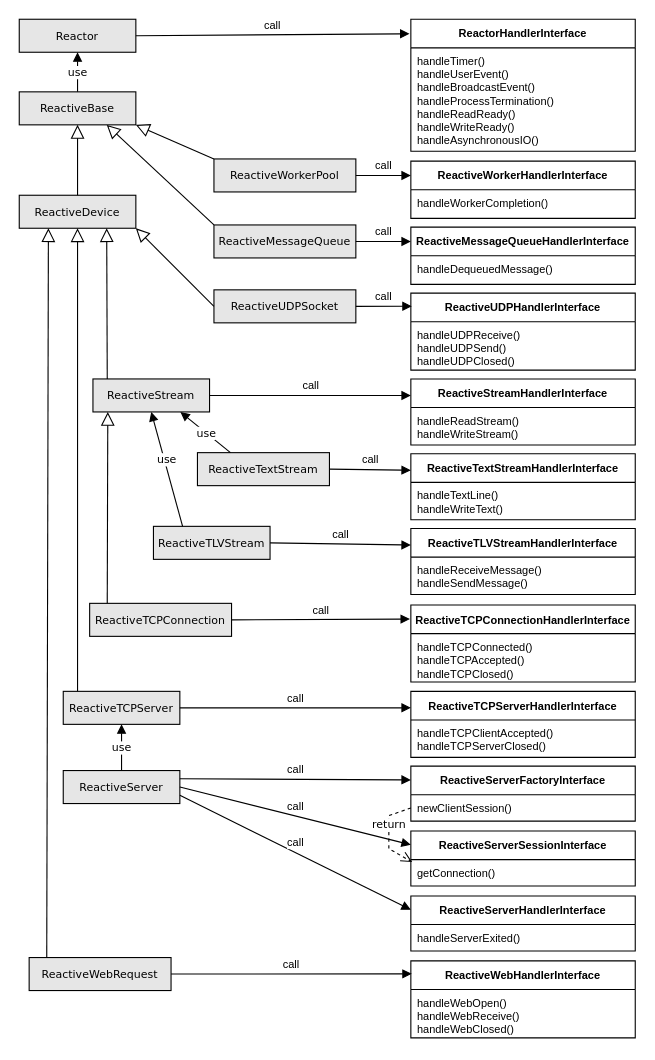
Above: diagrams/reactive-interfaces.drawio in tsduck/tsduck-presentations (draw.io), before the change. Source tidied: cells renumbered, new cells numbered last; positions are measured from the earlier drawing's top-left corner, leaving out a move shared by most shapes. Both pictures are drawn from the tidied source at 110%, with x=0, y=0 at pixel (19, 19).
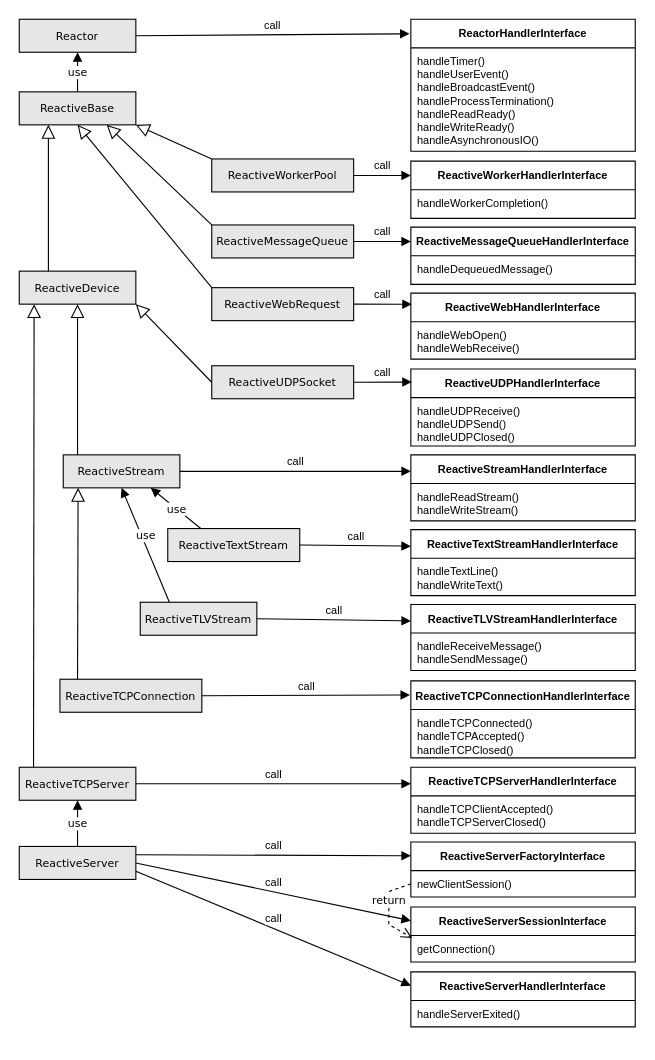
The same page after the edit.

Commit message (it also covers changes not shown here):
Updated reactor diagrams

Unchanged cells that the change refers to:
```xml
<mxCell id="2" value="ReactiveBase" style="html=1;whiteSpace=wrap;points=[[0,0,0,0,0],[0,0.25,0,0,0],[0,0.5,0,0,0],[0,0.75,0,0,0],[0,1,0,0,0],[0.127273,1,0,0,0],[0.25,0,0,0,0],[0.25,1,0,0,0],[0.381818,1,0,0,0],[0.5,0,0,0,0],[0.5,1,0,0,0],[0.627273,1,0,0,0],[0.75,0,0,0,0],[0.75,1,0,0,0],[0.881818,1,0,0,0],[1,0,0,0,0],[1,0.25,0,0,0],[1,0.5,0,0,0],[1,0.75,0,0,0],[1,1,0,0,0]];fillColor=#E6E6E6;fontSize=10;fontFamily=Verdana;" parent="1" vertex="1">
  <mxGeometry y="66" width="106" height="30" as="geometry" />
</mxCell>
<mxCell id="53" value="newClientSession()" style="text;strokeColor=none;fillColor=none;align=left;verticalAlign=top;spacingLeft=4;spacingRight=4;overflow=hidden;points=[[0,0.5],[1,0.5]];portConstraint=eastwest;whiteSpace=wrap;html=1;fontSize=10;" parent="52" vertex="1">
  <mxGeometry y="26" width="204" height="24" as="geometry" />
</mxCell>
<mxCell id="55" value="getConnection()" style="text;strokeColor=none;fillColor=none;align=left;verticalAlign=top;spacingLeft=4;spacingRight=4;overflow=hidden;points=[[0,0.5],[1,0.5]];portConstraint=eastwest;whiteSpace=wrap;html=1;fontSize=10;" parent="54" vertex="1">
  <mxGeometry y="26" width="204" height="24" as="geometry" />
</mxCell>
```

Change to the diagram source:
```diff
@@
     <mxCell id="4" value="ReactiveMessageQueue" style="html=1;whiteSpace=wrap;fillColor=#E6E6E6;fontSize=10;fontFamily=Verdana;points=[[0,0,0,0,0],[0,0.25,0,0,0],[0,0.5,0,0,0],[0,0.75,0,0,0],[0,1,0,0,0],[0.126582,0,0,0,0],[0.25,0,0,0,0],[0.25,1,0,0,0],[0.379747,0,0,0,0],[0.5,0,0,0,0],[0.5,1,0,0,0],[0.626582,0,0,0,0],[0.75,0,0,0,0],[0.75,1,0,0,0],[0.879747,0,0,0,0],[1,0,0,0,0],[1,0.25,0,0,0],[1,0.5,0,0,0],[1,0.75,0,0,0],[1,1,0,0,0]];" parent="1" vertex="1">
-      <mxGeometry x="177" y="187" width="129" height="30" as="geometry" />
+      <mxGeometry x="175" y="187" width="129" height="30" as="geometry" />
     </mxCell>
     <mxCell id="5" value="ReactiveWorkerPool" style="html=1;whiteSpace=wrap;points=[[0,0,0,0,0],[0,0.25,0,0,0],[0,0.5,0,0,0],[0,0.75,0,0,0],[0,1,0,0,0],[0.126582,0,0,0,0],[0.127273,1,0,0,0],[0.25,0,0,0,0],[0.25,1,0,0,0],[0.381818,1,0,0,0],[0.5,0,0,0,0],[0.5,1,0,0,0],[0.627273,1,0,0,0],[0.75,0,0,0,0],[0.75,1,0,0,0],[0.881818,1,0,0,0],[1,0,0,0,0],[1,0.25,0,0,0],[1,0.5,0,0,0],[1,0.75,0,0,0],[1,1,0,0,0]];fillColor=#E6E6E6;fontSize=10;fontFamily=Verdana;" parent="1" vertex="1">
-      <mxGeometry x="177" y="127" width="129" height="30" as="geometry" />
+      <mxGeometry x="175" y="127" width="129" height="30" as="geometry" />
     </mxCell>
     <mxCell id="6" value="ReactiveDevice" style="html=1;whiteSpace=wrap;points=[[0,0,0,0,0],[0,0.25,0,0,0],[0,0.5,0,0,0],[0,0.75,0,0,0],[0,1,0,0,0],[0.127273,1,0,0,0],[0.25,0,0,0,0],[0.25,1,0,0,0],[0.381818,1,0,0,0],[0.383333,0,0,0,0],[0.5,0,0,0,0],[0.5,1,0,0,0],[0.627273,1,0,0,0],[0.75,0,0,0,0],[0.75,1,0,0,0],[0.881818,1,0,0,0],[1,0,0,0,0],[1,0.25,0,0,0],[1,0.5,0,0,0],[1,0.75,0,0,0],[1,1,0,0,0]];fillColor=#E6E6E6;fontSize=10;fontFamily=Verdana;" parent="1" vertex="1">
-      <mxGeometry y="160" width="106" height="30" as="geometry" />
+      <mxGeometry y="229" width="106" height="30" as="geometry" />
     </mxCell>
@@
-    <mxCell id="9" style="endArrow=block;endSize=10;endFill=0;html=1;rounded=0;exitX=0.5;exitY=0;exitDx=0;exitDy=0;exitPerimeter=0;fontSize=10;fontFamily=Verdana;entryX=0.5;entryY=1;entryDx=0;entryDy=0;entryPerimeter=0;" parent="1" edge="1" source="6" target="2">
+    <mxCell id="9" style="endArrow=block;endSize=10;endFill=0;html=1;rounded=0;exitX=0.25;exitY=0;exitDx=0;exitDy=0;exitPerimeter=0;fontSize=10;fontFamily=Verdana;entryX=0.25;entryY=1;entryDx=0;entryDy=0;entryPerimeter=0;" parent="1" edge="1" source="6" target="2">
       <mxGeometry relative="1" as="geometry" />
     </mxCell>
@@
     <mxCell id="11" value="ReactiveUDPSocket" style="html=1;whiteSpace=wrap;points=[[0,0,0,0,0],[0,0.25,0,0,0],[0,0.5,0,0,0],[0,0.75,0,0,0],[0,1,0,0,0],[0.127273,1,0,0,0],[0.25,0,0,0,0],[0.25,1,0,0,0],[0.381818,1,0,0,0],[0.5,0,0,0,0],[0.5,1,0,0,0],[0.627273,1,0,0,0],[0.75,0,0,0,0],[0.75,1,0,0,0],[0.881818,1,0,0,0],[1,0,0,0,0],[1,0.25,0,0,0],[1,0.5,0,0,0],[1,0.75,0,0,0],[1,1,0,0,0]];fillColor=#E6E6E6;fontSize=10;fontFamily=Verdana;" parent="1" vertex="1">
-      <mxGeometry x="177" y="246" width="129" height="30" as="geometry" />
+      <mxGeometry x="175" y="315" width="129" height="30" as="geometry" />
     </mxCell>
-    <mxCell id="12" style="endArrow=block;endSize=10;endFill=0;html=1;rounded=0;exitX=0.122642;exitY=0;exitDx=0;exitDy=0;exitPerimeter=0;fontSize=10;fontFamily=Verdana;entryX=0.5;entryY=1;entryDx=0;entryDy=0;entryPerimeter=0;" parent="1" edge="1" source="15" target="6">
+    <mxCell id="12" style="endArrow=block;endSize=10;endFill=0;html=1;rounded=0;exitX=0.122642;exitY=0;exitDx=0;exitDy=0;exitPerimeter=0;fontSize=10;fontFamily=Verdana;entryX=0.127273;entryY=1;entryDx=0;entryDy=0;entryPerimeter=0;" parent="1" edge="1" source="15" target="6">
       <mxGeometry relative="1" as="geometry" />
     </mxCell>
     <mxCell id="13" value="ReactiveTCPConnection" style="html=1;whiteSpace=wrap;points=[[0,0,0,0,0],[0,0.25,0,0,0],[0,0.5,0,0,0],[0,0.75,0,0,0],[0,1,0,0,0],[0.124031,0,0,0,0],[0.127273,1,0,0,0],[0.25,0,0,0,0],[0.25,1,0,0,0],[0.381818,1,0,0,0],[0.5,0,0,0,0],[0.5,1,0,0,0],[0.627273,1,0,0,0],[0.75,0,0,0,0],[0.75,1,0,0,0],[0.881818,1,0,0,0],[1,0,0,0,0],[1,0.25,0,0,0],[1,0.5,0,0,0],[1,0.75,0,0,0],[1,1,0,0,0]];fillColor=#E6E6E6;fontSize=10;fontFamily=Verdana;" parent="1" vertex="1">
-      <mxGeometry x="64" y="531" width="129" height="30" as="geometry" />
+      <mxGeometry x="37" y="600" width="129" height="30" as="geometry" />
     </mxCell>
     <mxCell id="14" value="ReactiveTextStream" style="html=1;whiteSpace=wrap;points=[[0,0,0,0,0],[0,0.25,0,0,0],[0,0.5,0,0,0],[0,0.75,0,0,0],[0,1,0,0,0],[0.127273,1,0,0,0],[0.25,0,0,0,0],[0.25,1,0,0,0],[0.381818,1,0,0,0],[0.5,0,0,0,0],[0.5,1,0,0,0],[0.627273,1,0,0,0],[0.75,0,0,0,0],[0.75,1,0,0,0],[0.881481,0,0,0,0],[0.881818,1,0,0,0],[1,0,0,0,0],[1,0.25,0,0,0],[1,0.5,0,0,0],[1,0.75,0,0,0],[1,1,0,0,0]];fillColor=#E6E6E6;fontSize=10;fontFamily=Verdana;" parent="1" vertex="1">
-      <mxGeometry x="162" y="394" width="120" height="30" as="geometry" />
+      <mxGeometry x="135" y="463" width="120" height="30" as="geometry" />
     </mxCell>
     <mxCell id="15" value="ReactiveTCPServer" style="html=1;whiteSpace=wrap;points=[[0,0,0,0,0],[0,0.25,0,0,0],[0,0.5,0,0,0],[0,0.75,0,0,0],[0,1,0,0,0],[0.122642,0,0,0,0],[0.127273,1,0,0,0],[0.25,0,0,0,0],[0.25,1,0,0,0],[0.381818,1,0,0,0],[0.5,0,0,0,0],[0.5,1,0,0,0],[0.627273,1,0,0,0],[0.75,0,0,0,0],[0.75,1,0,0,0],[0.881818,1,0,0,0],[1,0,0,0,0],[1,0.25,0,0,0],[1,0.5,0,0,0],[1,0.75,0,0,0],[1,1,0,0,0]];fillColor=#E6E6E6;fontSize=10;fontFamily=Verdana;" parent="1" vertex="1">
-      <mxGeometry x="40" y="611" width="106" height="30" as="geometry" />
+      <mxGeometry y="680" width="106" height="30" as="geometry" />
     </mxCell>
@@
     <mxCell id="19" value="ReactiveTLVStream" style="html=1;whiteSpace=wrap;points=[[0,0,0,0,0],[0,0.25,0,0,0],[0,0.5,0,0,0],[0,0.75,0,0,0],[0,1,0,0,0],[0.127273,1,0,0,0],[0.25,0,0,0,0],[0.25,1,0,0,0],[0.381818,1,0,0,0],[0.5,0,0,0,0],[0.5,1,0,0,0],[0.627273,1,0,0,0],[0.75,0,0,0,0],[0.75,1,0,0,0],[0.881481,0,0,0,0],[0.881818,1,0,0,0],[1,0,0,0,0],[1,0.25,0,0,0],[1,0.5,0,0,0],[1,0.75,0,0,0],[1,1,0,0,0]];fillColor=#E6E6E6;fontSize=10;fontFamily=Verdana;" parent="1" vertex="1">
-      <mxGeometry x="122" y="461" width="106" height="30" as="geometry" />
+      <mxGeometry x="110" y="530" width="106" height="30" as="geometry" />
     </mxCell>
@@
     <mxCell id="21" value="ReactiveStream" style="html=1;whiteSpace=wrap;points=[[0,0,0,0,0],[0,0.25,0,0,0],[0,0.5,0,0,0],[0,0.75,0,0,0],[0,1,0,0,0],[0.122642,0,0,0,0],[0.127273,1,0,0,0],[0.25,0,0,0,0],[0.25,1,0,0,0],[0.381818,1,0,0,0],[0.5,0,0,0,0],[0.5,1,0,0,0],[0.627273,1,0,0,0],[0.75,0,0,0,0],[0.75,1,0,0,0],[0.881818,1,0,0,0],[1,0,0,0,0],[1,0.25,0,0,0],[1,0.5,0,0,0],[1,0.75,0,0,0],[1,1,0,0,0]];fillColor=#E6E6E6;fontSize=10;fontFamily=Verdana;" parent="1" vertex="1">
-      <mxGeometry x="67" y="327" width="106" height="30" as="geometry" />
+      <mxGeometry x="40" y="396" width="106" height="30" as="geometry" />
     </mxCell>
-    <mxCell id="22" style="endArrow=block;endSize=10;endFill=0;html=1;rounded=0;exitX=0.122642;exitY=0;exitDx=0;exitDy=0;exitPerimeter=0;fontSize=10;fontFamily=Verdana;entryX=0.75;entryY=1;entryDx=0;entryDy=0;entryPerimeter=0;" parent="1" edge="1" source="21" target="6">
+    <mxCell id="22" style="endArrow=block;endSize=10;endFill=0;html=1;rounded=0;exitX=0.122642;exitY=0;exitDx=0;exitDy=0;exitPerimeter=0;fontSize=10;fontFamily=Verdana;entryX=0.5;entryY=1;entryDx=0;entryDy=0;entryPerimeter=0;" parent="1" edge="1" source="21" target="6">
       <mxGeometry relative="1" as="geometry" />
     </mxCell>
@@
     <mxCell id="26" value="&lt;b&gt;ReactiveTCPConnectionHandlerInterface&lt;/b&gt;" style="swimlane;fontStyle=0;horizontal=1;startSize=26;fillColor=none;whiteSpace=wrap;html=1;fontSize=10;" parent="1" vertex="1">
-      <mxGeometry x="356" y="532.5" width="204" height="70" as="geometry" />
+      <mxGeometry x="356" y="601.5" width="204" height="70" as="geometry" />
     </mxCell>
@@
     <mxCell id="28" value="&lt;b&gt;ReactiveStreamHandlerInterface&lt;/b&gt;" style="swimlane;fontStyle=0;horizontal=1;startSize=26;fillColor=none;whiteSpace=wrap;html=1;fontSize=10;" parent="1" vertex="1">
-      <mxGeometry x="356" y="327" width="204" height="60" as="geometry" />
+      <mxGeometry x="356" y="396" width="204" height="60" as="geometry" />
     </mxCell>
@@
     <mxCell id="32" value="&lt;b&gt;ReactiveTCPServerHandlerInterface&lt;/b&gt;" style="swimlane;fontStyle=0;horizontal=1;startSize=26;fillColor=none;whiteSpace=wrap;html=1;fontSize=10;" parent="1" vertex="1">
-      <mxGeometry x="356" y="611" width="204" height="60" as="geometry" />
+      <mxGeometry x="356" y="680" width="204" height="60" as="geometry" />
     </mxCell>
@@
     <mxCell id="35" value="&lt;b&gt;ReactiveTextStreamHandlerInterface&lt;/b&gt;" style="swimlane;fontStyle=0;horizontal=1;startSize=26;fillColor=none;whiteSpace=wrap;html=1;fontSize=10;" parent="1" vertex="1">
-      <mxGeometry x="356" y="395" width="204" height="60" as="geometry" />
+      <mxGeometry x="356" y="464" width="204" height="60" as="geometry" />
     </mxCell>
@@
     <mxCell id="38" value="&lt;b&gt;ReactiveTLVStreamHandlerInterface&lt;/b&gt;" style="swimlane;fontStyle=0;horizontal=1;startSize=26;fillColor=none;whiteSpace=wrap;html=1;fontSize=10;" parent="1" vertex="1">
-      <mxGeometry x="356" y="463" width="204" height="60" as="geometry" />
+      <mxGeometry x="356" y="532" width="204" height="60" as="geometry" />
     </mxCell>
@@
     <mxCell id="41" value="&lt;b&gt;ReactiveUDPHandlerInterface&lt;/b&gt;" style="swimlane;fontStyle=0;horizontal=1;startSize=26;fillColor=none;whiteSpace=wrap;html=1;fontSize=10;" parent="1" vertex="1">
-      <mxGeometry x="356" y="249" width="204" height="70" as="geometry" />
+      <mxGeometry x="356" y="318" width="204" height="70" as="geometry" />
     </mxCell>
@@
     <mxCell id="50" value="ReactiveServer" style="html=1;whiteSpace=wrap;points=[[0,0,0,0,0],[0,0.25,0,0,0],[0,0.5,0,0,0],[0,0.75,0,0,0],[0,1,0,0,0],[0.122642,0,0,0,0],[0.127273,1,0,0,0],[0.25,0,0,0,0],[0.25,1,0,0,0],[0.381818,1,0,0,0],[0.5,0,0,0,0],[0.5,1,0,0,0],[0.627273,1,0,0,0],[0.75,0,0,0,0],[0.75,1,0,0,0],[0.881818,1,0,0,0],[1,0,0,0,0],[1,0.25,0,0,0],[1,0.5,0,0,0],[1,0.75,0,0,0],[1,1,0,0,0]];fillColor=#E6E6E6;fontSize=10;fontFamily=Verdana;" parent="1" vertex="1">
-      <mxGeometry x="40" y="683" width="106" height="30" as="geometry" />
+      <mxGeometry y="752" width="106" height="30" as="geometry" />
     </mxCell>
@@
     <mxCell id="52" value="&lt;b&gt;ReactiveServerFactoryInterface&lt;/b&gt;" style="swimlane;fontStyle=0;horizontal=1;startSize=26;fillColor=none;whiteSpace=wrap;html=1;fontSize=10;" parent="1" vertex="1">
-      <mxGeometry x="356" y="679" width="204" height="50" as="geometry" />
+      <mxGeometry x="356" y="748" width="204" height="50" as="geometry" />
     </mxCell>
@@
     <mxCell id="54" value="&lt;b&gt;ReactiveServerSessionInterface&lt;/b&gt;" style="swimlane;fontStyle=0;horizontal=1;startSize=26;fillColor=none;whiteSpace=wrap;html=1;fontSize=10;" parent="1" vertex="1">
-      <mxGeometry x="356" y="738" width="204" height="50" as="geometry" />
+      <mxGeometry x="356" y="807" width="204" height="50" as="geometry" />
     </mxCell>
@@
     <mxCell id="58" value="&lt;b&gt;ReactiveServerHandlerInterface&lt;/b&gt;" style="swimlane;fontStyle=0;horizontal=1;startSize=26;fillColor=none;whiteSpace=wrap;html=1;fontSize=10;" parent="1" vertex="1">
-      <mxGeometry x="356" y="797" width="204" height="50" as="geometry" />
+      <mxGeometry x="356" y="866" width="204" height="50" as="geometry" />
     </mxCell>
@@
     <mxCell id="61" value="return" style="html=1;verticalAlign=bottom;endArrow=open;dashed=1;endSize=8;curved=0;rounded=0;entryX=0.006;entryY=0.091;entryDx=0;entryDy=0;fontFamily=Verdana;fontSize=10;exitX=0;exitY=0.5;exitDx=0;exitDy=0;entryPerimeter=0;" parent="1" edge="1" source="53" target="55">
       <mxGeometry relative="1" as="geometry">
         <Array as="points">
-          <mxPoint x="336" y="724" />
-          <mxPoint x="336" y="754" />
+          <mxPoint x="336" y="793" />
+          <mxPoint x="336" y="823" />
         </Array>
       </mxGeometry>
     </mxCell>
     <mxCell id="62" value="&lt;b&gt;ReactiveWebHandlerInterface&lt;/b&gt;" style="swimlane;fontStyle=0;horizontal=1;startSize=26;fillColor=none;whiteSpace=wrap;html=1;fontSize=10;" parent="1" vertex="1">
-      <mxGeometry x="356" y="856" width="204" height="70" as="geometry" />
+      <mxGeometry x="356" y="249" width="204" height="60" as="geometry" />
     </mxCell>
-    <mxCell id="63" value="&lt;div&gt;handleWebOpen&lt;span style=&quot;background-color: transparent; color: light-dark(rgb(0, 0, 0), rgb(255, 255, 255));&quot;&gt;()&lt;/span&gt;&lt;/div&gt;handleWebReceive()&lt;div&gt;handleWebClosed&lt;span style=&quot;background-color: transparent; color: light-dark(rgb(0, 0, 0), rgb(255, 255, 255));&quot;&gt;()&lt;/span&gt;&lt;/div&gt;" style="text;strokeColor=none;fillColor=none;align=left;verticalAlign=top;spacingLeft=4;spacingRight=4;overflow=hidden;whiteSpace=wrap;html=1;fontSize=10;" parent="62" vertex="1">
-      <mxGeometry y="26" width="204" height="44" as="geometry" />
+    <mxCell id="63" value="&lt;div&gt;handleWebOpen&lt;span style=&quot;background-color: transparent; color: light-dark(rgb(0, 0, 0), rgb(255, 255, 255));&quot;&gt;()&lt;/span&gt;&lt;/div&gt;handleWebReceive()" style="text;strokeColor=none;fillColor=none;align=left;verticalAlign=top;spacingLeft=4;spacingRight=4;overflow=hidden;whiteSpace=wrap;html=1;fontSize=10;" parent="62" vertex="1">
+      <mxGeometry y="26" width="204" height="34" as="geometry" />
     </mxCell>
@@
     <mxCell id="65" value="ReactiveWebRequest" style="html=1;whiteSpace=wrap;points=[[0,0,0,0,0],[0,0.25,0,0,0],[0,0.5,0,0,0],[0,0.75,0,0,0],[0,1,0,0,0],[0.124031,0,0,0,0],[0.127273,1,0,0,0],[0.25,0,0,0,0],[0.25,1,0,0,0],[0.381818,1,0,0,0],[0.5,0,0,0,0],[0.5,1,0,0,0],[0.627273,1,0,0,0],[0.75,0,0,0,0],[0.75,1,0,0,0],[0.881818,1,0,0,0],[1,0,0,0,0],[1,0.25,0,0,0],[1,0.5,0,0,0],[1,0.75,0,0,0],[1,1,0,0,0]];fillColor=#E6E6E6;fontSize=10;fontFamily=Verdana;" parent="1" vertex="1">
-      <mxGeometry x="9" y="853" width="129" height="30" as="geometry" />
+      <mxGeometry x="175" y="244" width="129" height="30" as="geometry" />
     </mxCell>
-    <mxCell id="66" style="endArrow=block;endSize=10;endFill=0;html=1;rounded=0;fontSize=10;fontFamily=Verdana;entryX=0.25;entryY=1;entryDx=0;entryDy=0;entryPerimeter=0;exitX=0.124031;exitY=0;exitDx=0;exitDy=0;exitPerimeter=0;" parent="1" edge="1" source="65" target="6">
+    <mxCell id="66" style="endArrow=block;endSize=10;endFill=0;html=1;rounded=0;fontSize=10;fontFamily=Verdana;exitX=0;exitY=0;exitDx=0;exitDy=0;exitPerimeter=0;entryX=0.5;entryY=1;entryDx=0;entryDy=0;entryPerimeter=0;" parent="1" edge="1" source="65" target="2">
       <mxGeometry relative="1" as="geometry" />
     </mxCell>
```
